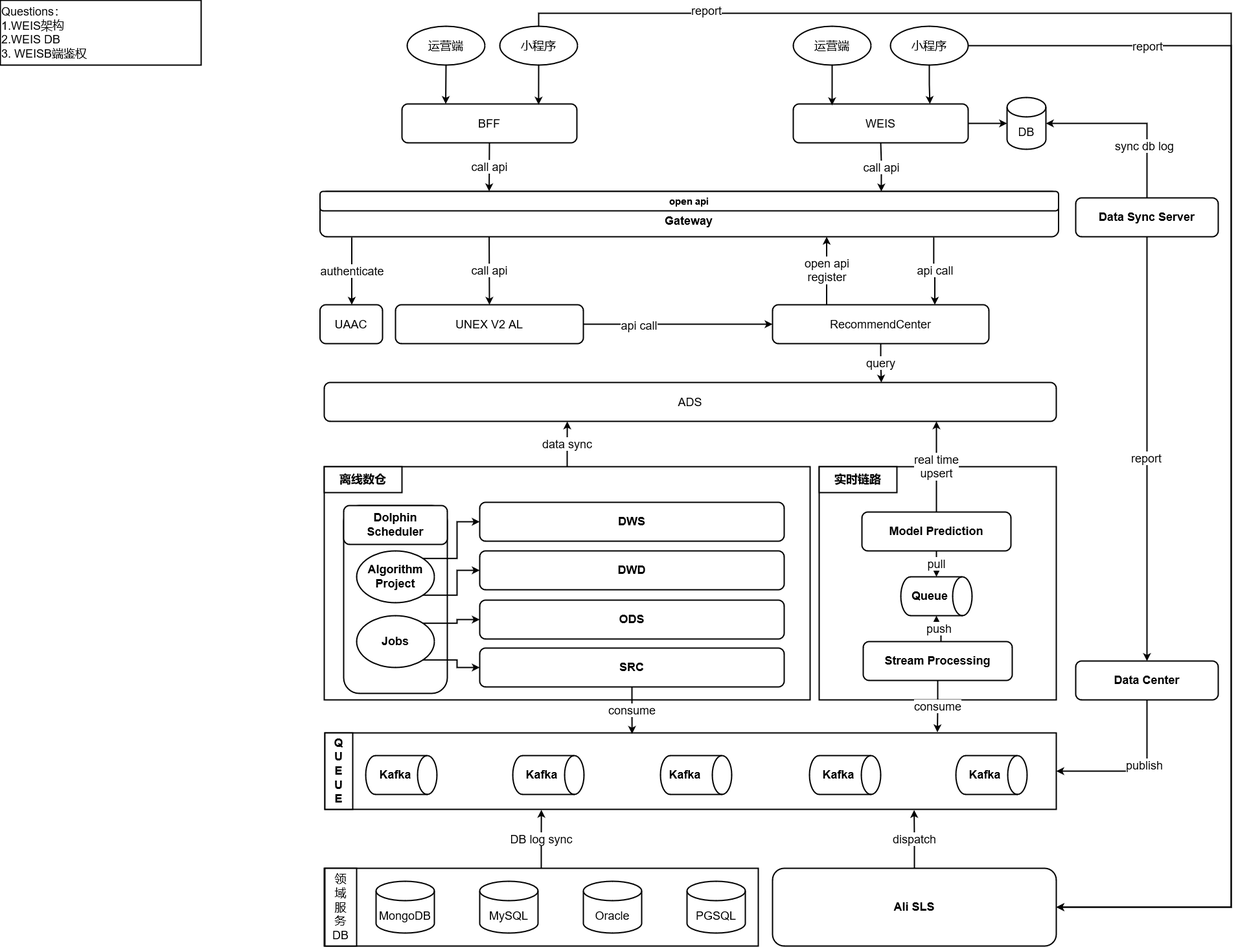
jackie-thank/beego-authz keeps this draw.io diagram as EIC-Sema-Integration-Solution.drawio.png. Above is the earlier version. Source tidied: cells renumbered, new cells last; positions are measured from the earlier drawing's top-left corner, leaving out a move shared by most shapes.
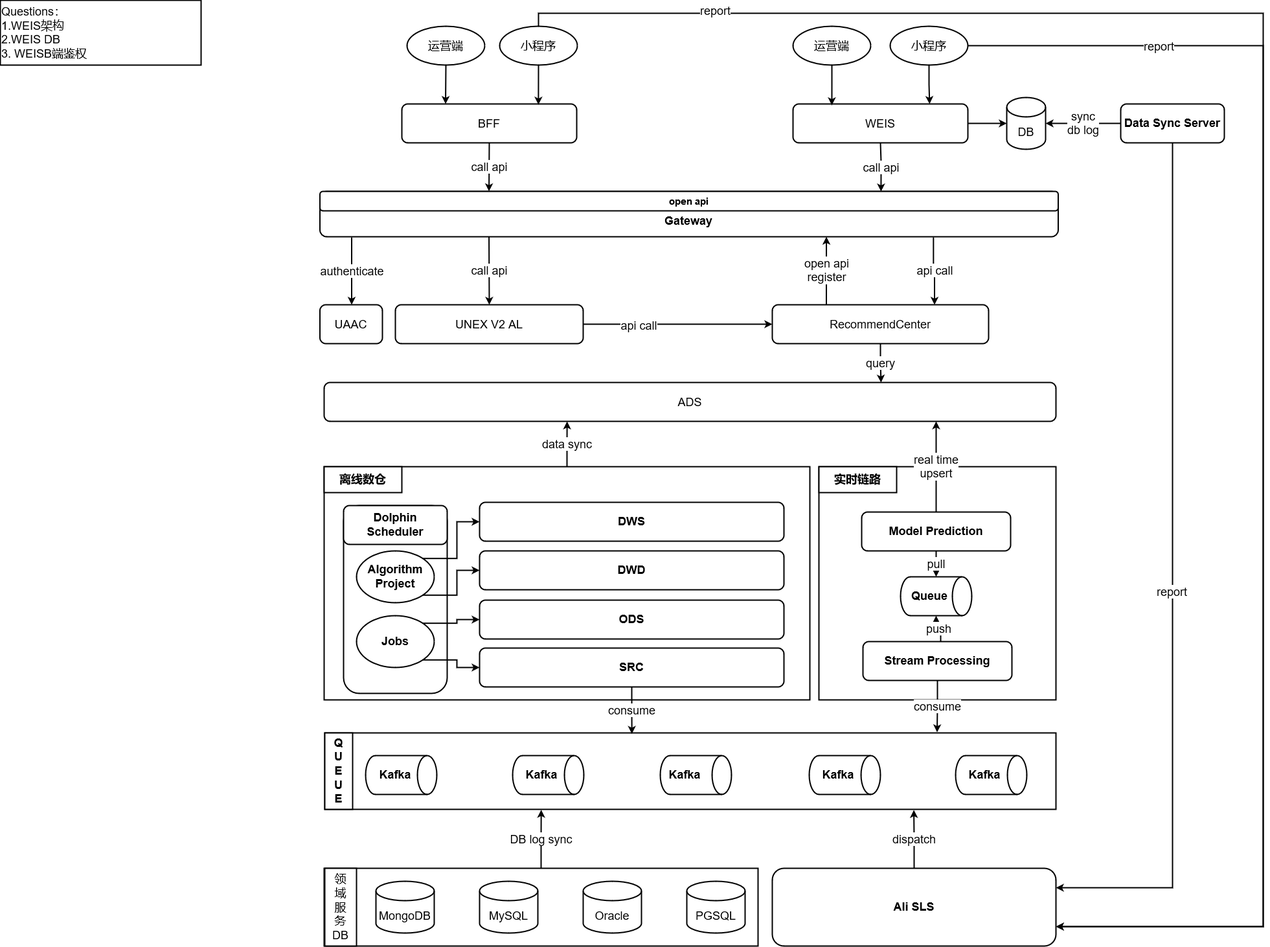
The same file after the commit.

What changed in the source:
```diff
@@ -14,11 +14,11 @@
     <mxCell id="5" style="edgeStyle=orthogonalEdgeStyle;rounded=0;jettySize=auto;html=1;exitX=0.5;exitY=1;exitDx=0;exitDy=0;entryX=0.781;entryY=0;entryDx=0;entryDy=0;entryPerimeter=0;strokeWidth=2;fontSize=18;" parent="1" edge="1" source="8" target="11">
       <mxGeometry relative="1" as="geometry" />
     </mxCell>
-    <mxCell id="6" style="rounded=0;jettySize=auto;html=1;exitX=1;exitY=0.5;exitDx=0;exitDy=0;entryX=1;entryY=0.5;entryDx=0;entryDy=0;strokeWidth=2;fontSize=18;edgeStyle=orthogonalEdgeStyle;" parent="1" edge="1" source="8" target="72">
+    <mxCell id="6" style="rounded=0;jettySize=auto;html=1;exitX=1;exitY=0.5;exitDx=0;exitDy=0;entryX=1;entryY=0.75;entryDx=0;entryDy=0;strokeWidth=2;fontSize=18;edgeStyle=orthogonalEdgeStyle;" parent="1" edge="1" source="8" target="72">
       <mxGeometry relative="1" as="geometry">
         <Array as="points">
-          <mxPoint x="1900" y="70" />
-          <mxPoint x="1900" y="1400" />
+          <mxPoint x="1950" y="70" />
+          <mxPoint x="1950" y="1430" />
         </Array>
       </mxGeometry>
     </mxCell>
@@ -204,12 +204,12 @@
     <mxCell id="61" style="edgeStyle=none;rounded=0;jettySize=auto;html=1;exitX=0.5;exitY=1;exitDx=0;exitDy=0;entryX=0.781;entryY=0.017;entryDx=0;entryDy=0;entryPerimeter=0;strokeWidth=2;fontSize=18;" parent="1" edge="1" source="64" target="60">
       <mxGeometry relative="1" as="geometry" />
     </mxCell>
-    <mxCell id="62" style="rounded=0;jettySize=auto;html=1;exitX=0.5;exitY=0;exitDx=0;exitDy=0;entryX=1;entryY=0.5;entryDx=0;entryDy=0;strokeWidth=2;fontSize=18;edgeStyle=orthogonalEdgeStyle;" parent="1" edge="1" source="64" target="72">
+    <mxCell id="62" style="rounded=0;jettySize=auto;html=1;exitX=0.5;exitY=0;exitDx=0;exitDy=0;entryX=1;entryY=0.75;entryDx=0;entryDy=0;strokeWidth=2;fontSize=18;edgeStyle=orthogonalEdgeStyle;" parent="1" edge="1" source="64" target="72">
       <mxGeometry relative="1" as="geometry">
         <Array as="points">
           <mxPoint x="831" y="20" />
-          <mxPoint x="1900" y="20" />
-          <mxPoint x="1900" y="1400" />
+          <mxPoint x="1950" y="20" />
+          <mxPoint x="1950" y="1430" />
         </Array>
       </mxGeometry>
     </mxCell>
@@ -245,15 +245,7 @@
     <mxCell id="72" value="&lt;div&gt;Ali SLS&lt;/div&gt;" style="rounded=1;whiteSpace=wrap;html=1;strokeWidth=2;fontSize=18;fontStyle=1;" parent="1" vertex="1">
       <mxGeometry x="1192" y="1340" width="438" height="120" as="geometry" />
     </mxCell>
-    <mxCell id="73" style="edgeStyle=orthogonalEdgeStyle;rounded=0;jettySize=auto;html=1;exitX=0.5;exitY=0;exitDx=0;exitDy=0;entryX=1;entryY=0.5;entryDx=0;entryDy=0;entryPerimeter=0;strokeWidth=2;fontSize=18;" parent="1" edge="1" source="77" target="18">
-      <mxGeometry relative="1" as="geometry" />
-    </mxCell>
-    <mxCell id="74" value="sync db log" style="edgeLabel;html=1;align=center;verticalAlign=middle;fontSize=18;" parent="73" vertex="1">
-      <mxGeometry x="-0.39" y="5" relative="1" as="geometry">
-        <mxPoint y="1" as="offset" />
-      </mxGeometry>
-    </mxCell>
-    <mxCell id="75" style="edgeStyle=orthogonalEdgeStyle;rounded=0;jettySize=auto;html=1;exitX=0.5;exitY=1;exitDx=0;exitDy=0;strokeWidth=2;fontSize=18;entryX=0.5;entryY=0;entryDx=0;entryDy=0;" parent="1" edge="1" source="77" target="80">
+    <mxCell id="75" style="edgeStyle=orthogonalEdgeStyle;rounded=0;jettySize=auto;html=1;exitX=0.5;exitY=1;exitDx=0;exitDy=0;strokeWidth=2;fontSize=18;entryX=1;entryY=0.25;entryDx=0;entryDy=0;" parent="1" edge="1" source="77" target="72">
       <mxGeometry relative="1" as="geometry" />
     </mxCell>
     <mxCell id="76" value="report" style="edgeLabel;html=1;align=center;verticalAlign=middle;fontSize=18;" parent="75" vertex="1">
@@ -261,18 +253,12 @@
         <mxPoint y="1" as="offset" />
       </mxGeometry>
     </mxCell>
+    <mxCell id="74" value="&lt;div&gt;sync&lt;/div&gt;&lt;div&gt;db log&lt;br&gt;&lt;/div&gt;" style="edgeStyle=orthogonalEdgeStyle;rounded=0;jettySize=auto;html=1;exitX=0;exitY=0.5;exitDx=0;exitDy=0;strokeWidth=2;fontSize=18;" parent="1" edge="1" source="77" target="18">
+      <mxGeometry relative="1" as="geometry" />
+    </mxCell>
     <mxCell id="77" value="Data Sync Server" style="rounded=1;whiteSpace=wrap;html=1;strokeWidth=2;fontSize=18;fontStyle=1;" parent="1" vertex="1">
-      <mxGeometry x="1660" y="305" width="220" height="60" as="geometry" />
+      <mxGeometry x="1730" y="160" width="160" height="60" as="geometry" />
     </mxCell>
-    <mxCell id="78" style="edgeStyle=orthogonalEdgeStyle;rounded=0;jettySize=auto;html=1;exitX=0.5;exitY=1;exitDx=0;exitDy=0;entryX=1;entryY=0.5;entryDx=0;entryDy=0;strokeWidth=2;fontSize=18;" parent="1" edge="1" source="80" target="24">
-      <mxGeometry relative="1" as="geometry" />
-    </mxCell>
-    <mxCell id="79" value="publish" style="edgeLabel;html=1;align=center;verticalAlign=middle;fontSize=18;" parent="78" vertex="1">
-      <mxGeometry x="-0.2" y="-5" relative="1" as="geometry" />
-    </mxCell>
-    <mxCell id="80" value="Data Center" style="rounded=1;whiteSpace=wrap;html=1;strokeWidth=2;fontSize=18;fontStyle=1;" parent="1" vertex="1">
-      <mxGeometry x="1660" y="1020" width="220" height="60" as="geometry" />
-    </mxCell>
     <mxCell id="81" value="UAAC" style="rounded=1;whiteSpace=wrap;html=1;strokeWidth=2;fontSize=18;" parent="1" vertex="1">
       <mxGeometry x="493.5" y="470" width="96.5" height="60" as="geometry" />
     </mxCell>
```
